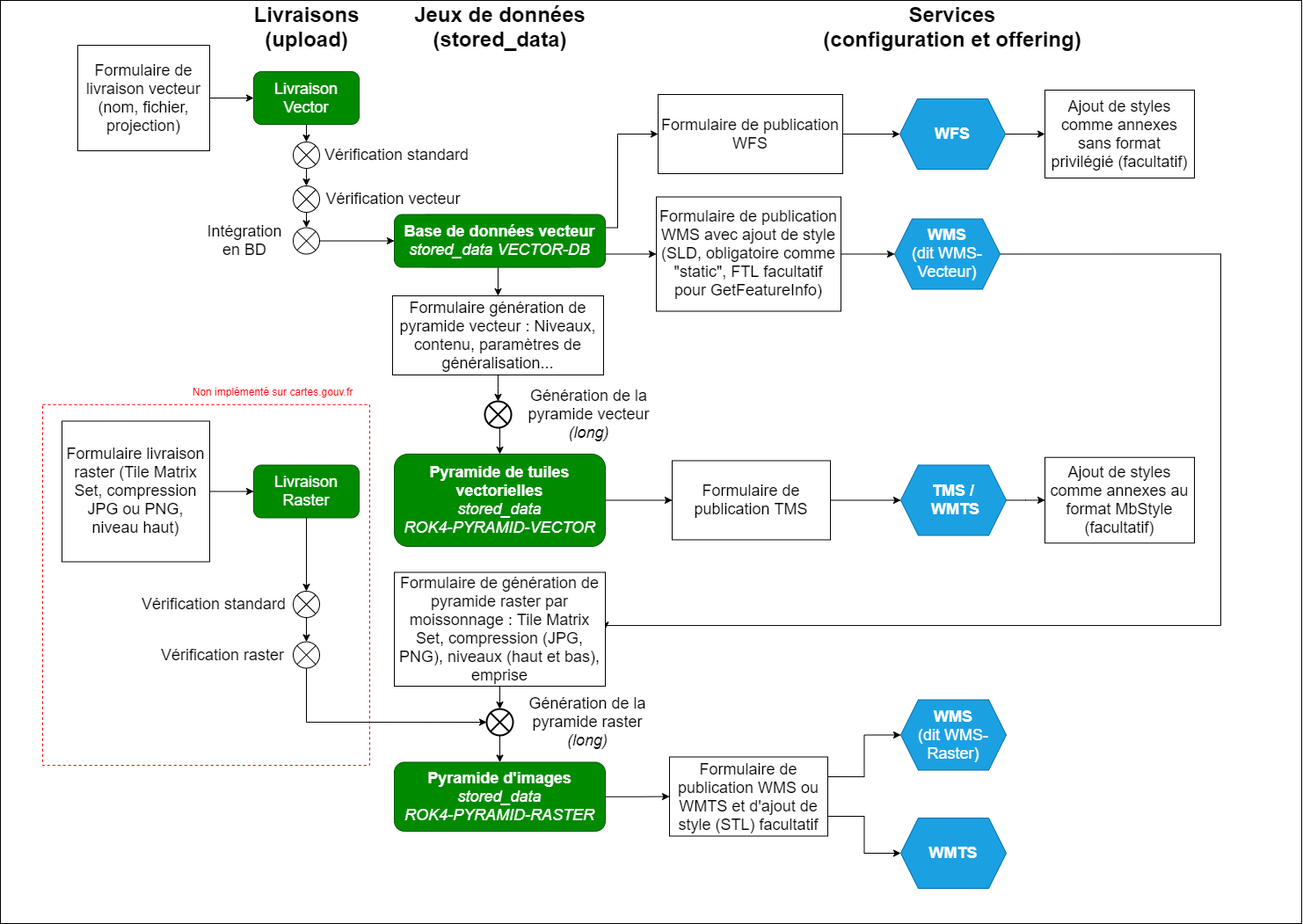
Above: docs/developer/schema-diffusion-tous-types.drawio.png in IGNF/cartes.gouv.fr (draw.io), before the change. Source tidied: cells renumbered, new cells last; positions are measured from the earlier drawing's top-left corner, leaving out a move shared by most shapes.
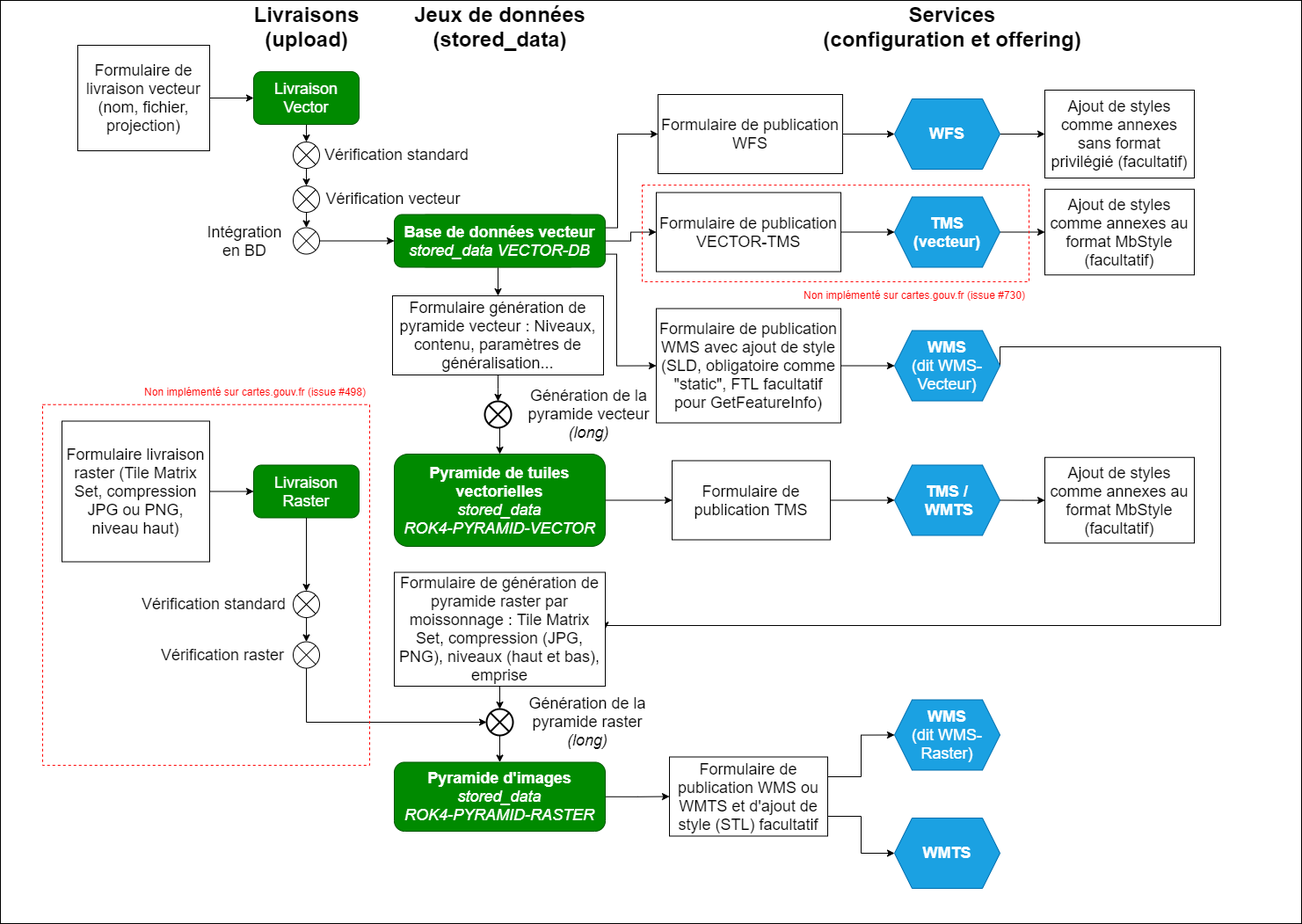
Above is the later version.

Commit message:
docs: ajout VECTOR-TMS au schéma des workflows

Change to the diagram source:
```diff
@@ -105,27 +105,28 @@
       <mxGeometry relative="1" as="geometry" />
     </mxCell>
     <mxCell id="36" value="&lt;font style=&quot;font-size: 18px&quot;&gt;&lt;b&gt;TMS /&lt;br&gt;&amp;nbsp;WMTS&lt;br&gt;&lt;/b&gt;&lt;/font&gt;" style="shape=hexagon;perimeter=hexagonPerimeter2;whiteSpace=wrap;html=1;fixedSize=1;fillColor=#1ba1e2;strokeColor=#006EAF;fontColor=#ffffff;" parent="1" vertex="1">
-      <mxGeometry x="1024" y="528.5" width="120" height="80" as="geometry" />
+      <mxGeometry x="1017" y="528.5" width="120" height="80" as="geometry" />
     </mxCell>
     <mxCell id="37" value="&lt;font style=&quot;font-size: 18px&quot;&gt;&lt;b&gt;WMS&lt;/b&gt;&lt;br&gt;(dit WMS-Raster)&lt;/font&gt;" style="shape=hexagon;perimeter=hexagonPerimeter2;whiteSpace=wrap;html=1;fixedSize=1;fillColor=#1ba1e2;strokeColor=#006EAF;fontColor=#ffffff;" parent="1" vertex="1">
-      <mxGeometry x="1024" y="795.5" width="120" height="80" as="geometry" />
+      <mxGeometry x="1017" y="795.5" width="120" height="80" as="geometry" />
     </mxCell>
     <mxCell id="38" style="edgeStyle=orthogonalEdgeStyle;rounded=0;jettySize=auto;html=1;entryX=0;entryY=0.5;entryDx=0;entryDy=0;" parent="1" edge="1" source="39" target="53">
       <mxGeometry relative="1" as="geometry" />
     </mxCell>
     <mxCell id="39" value="&lt;font style=&quot;font-size: 18px&quot;&gt;&lt;b&gt;WFS&lt;/b&gt;&lt;/font&gt;" style="shape=hexagon;perimeter=hexagonPerimeter2;whiteSpace=wrap;html=1;fixedSize=1;fillColor=#1ba1e2;strokeColor=#006EAF;fontColor=#ffffff;" parent="1" vertex="1">
-      <mxGeometry x="1023" y="112" width="120" height="80" as="geometry" />
+      <mxGeometry x="1017" y="112" width="120" height="80" as="geometry" />
     </mxCell>
     <mxCell id="40" style="edgeStyle=orthogonalEdgeStyle;rounded=0;jettySize=auto;html=1;exitX=1;exitY=0.5;exitDx=0;exitDy=0;entryX=1;entryY=0.5;entryDx=0;entryDy=0;fontSize=18;" parent="1" edge="1" source="41" target="51">
       <mxGeometry relative="1" as="geometry">
         <Array as="points">
-          <mxPoint x="1388" y="289" />
+          <mxPoint x="1388" y="394" />
           <mxPoint x="1388" y="711" />
+          <mxPoint x="688" y="711" />
         </Array>
       </mxGeometry>
     </mxCell>
     <mxCell id="41" value="&lt;font style=&quot;font-size: 18px&quot;&gt;&lt;b&gt;WMS&lt;/b&gt;&lt;br&gt;(dit WMS-Vecteur)&lt;/font&gt;" style="shape=hexagon;perimeter=hexagonPerimeter2;whiteSpace=wrap;html=1;fixedSize=1;fillColor=#1ba1e2;strokeColor=#006EAF;fontColor=#ffffff;" parent="1" vertex="1">
-      <mxGeometry x="1017" y="248.5" width="120" height="80" as="geometry" />
+      <mxGeometry x="1017" y="375.5" width="120" height="80" as="geometry" />
     </mxCell>
     <mxCell id="42" style="edgeStyle=elbowEdgeStyle;elbow=vertical;endArrow=classic;html=1;rounded=0;exitX=0.5;exitY=1;exitDx=0;exitDy=0;entryX=0.5;entryY=0;entryDx=0;entryDy=0;" parent="1" edge="1" source="55" target="28">
       <mxGeometry relative="1" as="geometry" />
@@ -134,7 +135,7 @@
       <mxGeometry relative="1" as="geometry" />
     </mxCell>
     <mxCell id="44" value="&lt;font style=&quot;font-size: 18px&quot;&gt;Formulaire de publication WMS avec ajout de style (SLD, obligatoire comme &quot;static&quot;, FTL facultatif pour GetFeatureInfo)&lt;/font&gt;" style="rounded=0;whiteSpace=wrap;html=1;" parent="1" vertex="1">
-      <mxGeometry x="746" y="223.5" width="210" height="130" as="geometry" />
+      <mxGeometry x="746" y="350.5" width="210" height="130" as="geometry" />
     </mxCell>
     <mxCell id="45" style="edgeStyle=orthogonalEdgeStyle;rounded=0;jettySize=auto;html=1;exitX=1;exitY=0.25;exitDx=0;exitDy=0;entryX=0;entryY=0.5;entryDx=0;entryDy=0;fontSize=18;" parent="1" edge="1" source="47" target="37">
       <mxGeometry relative="1" as="geometry" />
@@ -176,7 +177,7 @@
       <mxGeometry x="748" y="107" width="210" height="90" as="geometry" />
     </mxCell>
     <mxCell id="58" value="&lt;b&gt;&lt;font style=&quot;font-size: 18px&quot;&gt;WMTS&lt;/font&gt;&lt;/b&gt;" style="shape=hexagon;perimeter=hexagonPerimeter2;whiteSpace=wrap;html=1;fixedSize=1;fillColor=#1ba1e2;strokeColor=#006EAF;fontColor=#ffffff;" parent="1" vertex="1">
-      <mxGeometry x="1024" y="930" width="120" height="80" as="geometry" />
+      <mxGeometry x="1017" y="930" width="120" height="80" as="geometry" />
     </mxCell>
     <mxCell id="59" value="&lt;font style=&quot;font-size: 18px&quot;&gt;Formulaire de publication TMS&lt;br&gt;&lt;/font&gt;" style="rounded=0;whiteSpace=wrap;html=1;" parent="1" vertex="1">
       <mxGeometry x="764" y="523.5" width="180" height="90" as="geometry" />
@@ -193,6 +194,9 @@
     <mxCell id="63" value="&lt;font style=&quot;font-size: 18px&quot;&gt;Livraison&lt;br&gt;Vector&lt;/font&gt;" style="rounded=1;whiteSpace=wrap;html=1;fillColor=#008a00;strokeColor=#005700;shadow=0;fontColor=#ffffff;" parent="1" vertex="1">
       <mxGeometry x="288" y="81" width="120" height="60" as="geometry" />
     </mxCell>
+    <mxCell id="69" style="edgeStyle=orthogonalEdgeStyle;rounded=0;jettySize=auto;html=1;entryX=0;entryY=0.5;entryDx=0;entryDy=0;" parent="1" edge="1" source="64" target="73">
+      <mxGeometry relative="1" as="geometry" />
+    </mxCell>
     <mxCell id="64" value="&lt;font style=&quot;font-size: 18px&quot;&gt;&lt;b&gt;Base de données vecteur&lt;/b&gt;&lt;br&gt;&lt;i&gt;stored_data VECTOR-DB&lt;/i&gt;&lt;/font&gt;" style="rounded=1;whiteSpace=wrap;html=1;fillColor=#008a00;strokeColor=#005700;fontColor=#ffffff;" parent="1" vertex="1">
       <mxGeometry x="448" y="243.5" width="240" height="60" as="geometry" />
     </mxCell>
@@ -202,11 +206,32 @@
     <mxCell id="66" style="rounded=0;whiteSpace=wrap;html=1;fillColor=none;dashed=1;strokeColor=#FF0303;" parent="1" vertex="1">
       <mxGeometry x="48" y="459.8" width="372" height="410.2" as="geometry" />
     </mxCell>
-    <mxCell id="67" value="Non implémenté sur cartes.gouv.fr" style="text;html=1;strokeColor=none;fillColor=none;align=center;verticalAlign=middle;whiteSpace=wrap;rounded=0;dashed=1;fontColor=#FF0000;" parent="1" vertex="1">
-      <mxGeometry x="200" y="429.8" width="220" height="30.2" as="geometry" />
+    <mxCell id="67" value="Non implémenté sur cartes.gouv.fr (issue #498)" style="text;html=1;strokeColor=none;fillColor=none;align=center;verticalAlign=middle;whiteSpace=wrap;rounded=0;dashed=1;fontColor=#FF0000;" parent="1" vertex="1">
+      <mxGeometry x="160" y="429.8" width="260" height="30.2" as="geometry" />
     </mxCell>
     <mxCell id="68" value="&lt;b&gt;&lt;font style=&quot;font-size: 24px&quot;&gt;Livraisons&lt;br&gt;(upload)&lt;br&gt;&lt;/font&gt;&lt;/b&gt;" style="text;html=1;strokeColor=none;fillColor=none;align=center;verticalAlign=middle;whiteSpace=wrap;rounded=0;" parent="1" vertex="1">
       <mxGeometry x="240.5" width="215" height="60" as="geometry" />
     </mxCell>
+    <mxCell id="70" style="edgeStyle=orthogonalEdgeStyle;rounded=0;jettySize=auto;html=1;entryX=0;entryY=0.5;entryDx=0;entryDy=0;" parent="1" edge="1" source="71" target="74">
+      <mxGeometry relative="1" as="geometry" />
+    </mxCell>
+    <mxCell id="71" value="&lt;span style=&quot;font-size: 18px&quot;&gt;&lt;b&gt;TMS (vecteur)&lt;/b&gt;&lt;/span&gt;" style="shape=hexagon;perimeter=hexagonPerimeter2;whiteSpace=wrap;html=1;fixedSize=1;fillColor=#1ba1e2;strokeColor=#006EAF;fontColor=#ffffff;" parent="1" vertex="1">
+      <mxGeometry x="1017" y="223.5" width="120" height="80" as="geometry" />
+    </mxCell>
+    <mxCell id="72" style="edgeStyle=orthogonalEdgeStyle;rounded=0;jettySize=auto;html=1;entryX=0;entryY=0.5;entryDx=0;entryDy=0;" parent="1" edge="1" source="73" target="71">
+      <mxGeometry relative="1" as="geometry" />
+    </mxCell>
+    <mxCell id="73" value="&lt;font style=&quot;font-size: 18px&quot;&gt;Formulaire de publication VECTOR-TMS&lt;/font&gt;" style="rounded=0;whiteSpace=wrap;html=1;" parent="1" vertex="1">
+      <mxGeometry x="746" y="218.5" width="210" height="90" as="geometry" />
+    </mxCell>
+    <mxCell id="74" value="&lt;font style=&quot;font-size: 18px&quot;&gt;Ajout de styles comme annexes au format MbStyle (facultatif)&lt;/font&gt;" style="rounded=0;whiteSpace=wrap;html=1;" parent="1" vertex="1">
+      <mxGeometry x="1188" y="214.8" width="170" height="97.5" as="geometry" />
+    </mxCell>
+    <mxCell id="75" style="rounded=0;whiteSpace=wrap;html=1;fillColor=none;dashed=1;strokeColor=#FF0303;" parent="1" vertex="1">
+      <mxGeometry x="730" y="210" width="440" height="110" as="geometry" />
+    </mxCell>
+    <mxCell id="76" value="Non implémenté sur cartes.gouv.fr (issue #730)" style="text;html=1;strokeColor=none;fillColor=none;align=center;verticalAlign=middle;whiteSpace=wrap;rounded=0;dashed=1;fontColor=#FF0000;" parent="1" vertex="1">
+      <mxGeometry x="910" y="320" width="260" height="30.2" as="geometry" />
+    </mxCell>
   </root>
 </mxGraphModel>
```
